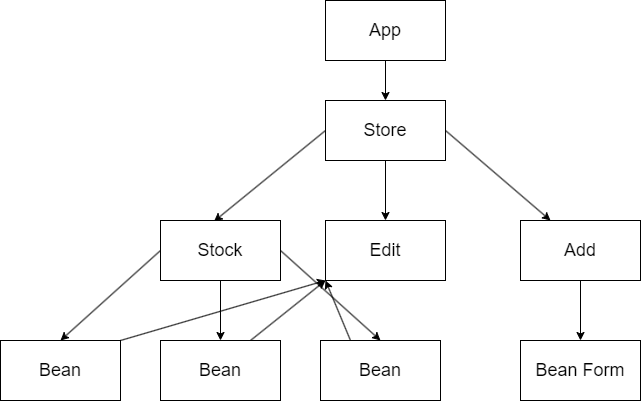
The draw.io diagram diagram.png in kiernan2/inventory, before a commit. Source tidied: cells renumbered, new cells last; positions are measured from the earlier drawing's top-left corner, leaving out a move shared by most shapes.
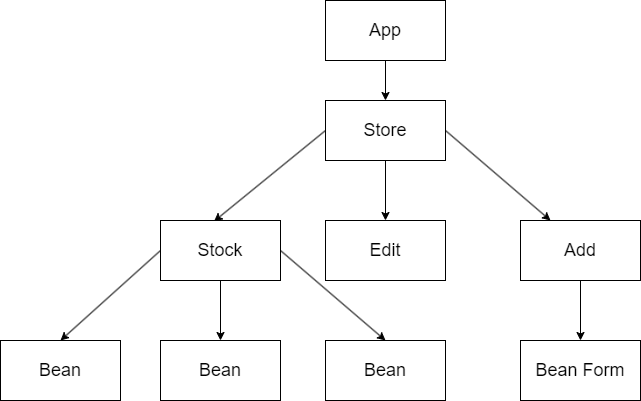
After the commit.

The edit, as a diff of the source:
```diff
@@ -26,21 +26,12 @@
     <mxCell id="9" value="&lt;span style=&quot;text-align: left;&quot;&gt;&lt;font style=&quot;font-size: 18px;&quot;&gt;Stock&lt;/font&gt;&lt;/span&gt;" style="whiteSpace=wrap;html=1;" parent="1" vertex="1">
       <mxGeometry x="160" y="220" width="120" height="60" as="geometry" />
     </mxCell>
-    <mxCell id="10" style="edgeStyle=none;html=1;exitX=0.25;exitY=0;exitDx=0;exitDy=0;entryX=0;entryY=1;entryDx=0;entryDy=0;" parent="1" edge="1" source="11" target="21">
-      <mxGeometry relative="1" as="geometry" />
-    </mxCell>
     <mxCell id="11" value="&lt;span style=&quot;font-size: 18px; text-align: left;&quot;&gt;Bean&lt;/span&gt;" style="whiteSpace=wrap;html=1;" parent="1" vertex="1">
-      <mxGeometry x="320" y="340" width="120" height="60" as="geometry" />
+      <mxGeometry x="325" y="340" width="120" height="60" as="geometry" />
     </mxCell>
-    <mxCell id="12" style="edgeStyle=none;html=1;exitX=0.75;exitY=0;exitDx=0;exitDy=0;entryX=0;entryY=1;entryDx=0;entryDy=0;" parent="1" edge="1" source="13" target="21">
-      <mxGeometry relative="1" as="geometry" />
-    </mxCell>
     <mxCell id="13" value="&lt;span style=&quot;font-size: 18px; text-align: left;&quot;&gt;Bean&lt;/span&gt;" style="whiteSpace=wrap;html=1;" parent="1" vertex="1">
       <mxGeometry x="160" y="340" width="120" height="60" as="geometry" />
     </mxCell>
-    <mxCell id="14" style="edgeStyle=none;html=1;exitX=1;exitY=0;exitDx=0;exitDy=0;entryX=0;entryY=1;entryDx=0;entryDy=0;" parent="1" edge="1" source="15" target="21">
-      <mxGeometry relative="1" as="geometry" />
-    </mxCell>
     <mxCell id="15" value="&lt;span style=&quot;text-align: left;&quot;&gt;&lt;font style=&quot;font-size: 18px;&quot;&gt;Bean&lt;/font&gt;&lt;/span&gt;" style="whiteSpace=wrap;html=1;" parent="1" vertex="1">
       <mxGeometry y="340" width="120" height="60" as="geometry" />
     </mxCell>
```
